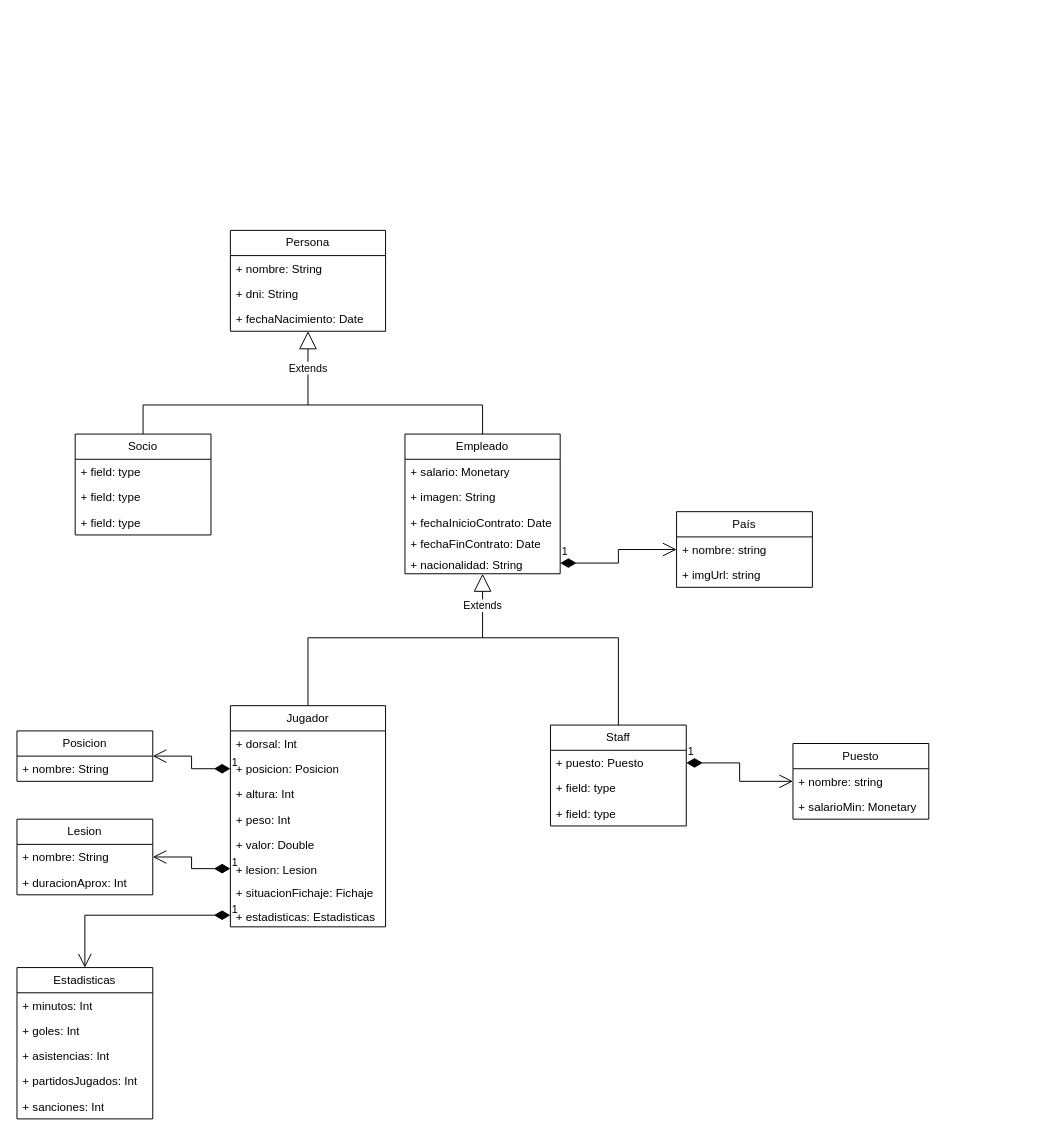
Above: UML-League.drawio in Arrcturus/laliga-odoo (draw.io), before the change. Source tidied: cells renumbered, new cells numbered last; positions are measured from the earlier drawing's top-left corner, leaving out a move shared by most shapes. Both pictures are drawn from the tidied source at 97%, with x=0, y=0 at pixel (16, 230).
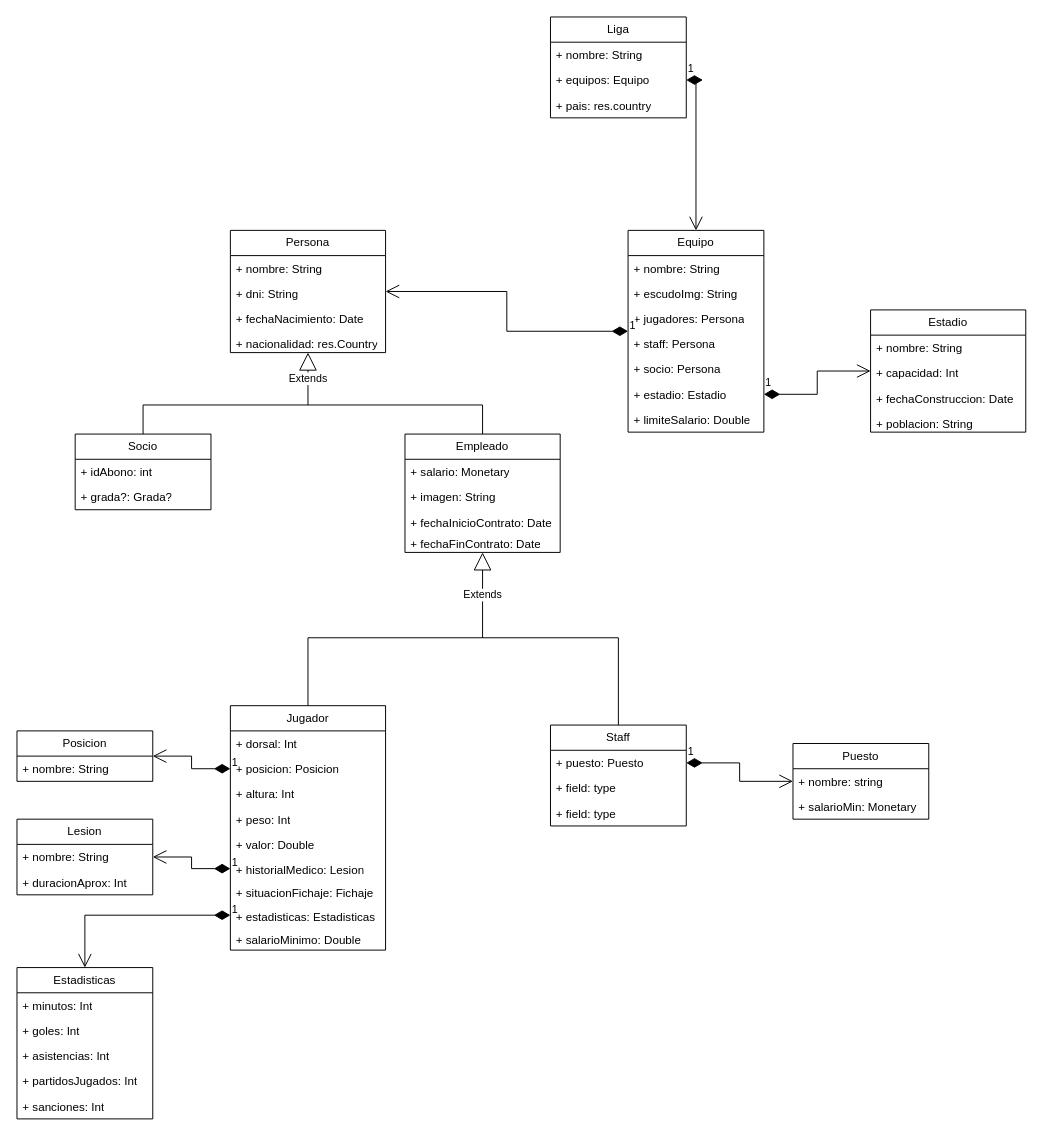
Above is the later version.

Commit message:
UML-League v0.2.drawio

Change to the diagram source:
```diff
@@
     <mxCell id="2" value="Persona" style="swimlane;fontStyle=0;horizontal=1;startSize=26;fillColor=none;whiteSpace=wrap;html=1;" parent="1" vertex="1">
-      <mxGeometry x="220" width="160" height="104" as="geometry" />
+      <mxGeometry x="220" width="160" height="126" as="geometry" />
     </mxCell>
@@
+    <mxCell id="59" value="+ nacionalidad: res.Country" style="text;strokeColor=none;fillColor=none;align=left;verticalAlign=top;spacingLeft=4;spacingRight=4;overflow=hidden;whiteSpace=wrap;html=1;" parent="2" vertex="1">
+      <mxGeometry y="104" width="160" height="22" as="geometry" />
+    </mxCell>
@@
     <mxCell id="7" value="Empleado" style="swimlane;fontStyle=0;horizontal=1;startSize=26;fillColor=none;whiteSpace=wrap;html=1;" parent="1" vertex="1">
-      <mxGeometry x="400" y="210" width="160" height="144" as="geometry" />
+      <mxGeometry x="400" y="210" width="160" height="122" as="geometry" />
     </mxCell>
@@
-    <mxCell id="12" value="+ nacionalidad: String" style="text;strokeColor=none;fillColor=none;align=left;verticalAlign=top;spacingLeft=4;spacingRight=4;overflow=hidden;points=[[0,0.5],[1,0.5]];portConstraint=eastwest;whiteSpace=wrap;html=1;" parent="7" vertex="1">
-      <mxGeometry y="122" width="160" height="22" as="geometry" />
-    </mxCell>
     <mxCell id="13" value="Socio" style="swimlane;fontStyle=0;horizontal=1;startSize=26;fillColor=none;whiteSpace=wrap;html=1;" parent="1" vertex="1">
-      <mxGeometry x="60" y="210" width="140" height="104" as="geometry" />
+      <mxGeometry x="60" y="210" width="140" height="78" as="geometry" />
     </mxCell>
-    <mxCell id="14" value="+ field: type" style="text;strokeColor=none;fillColor=none;align=left;verticalAlign=top;spacingLeft=4;spacingRight=4;overflow=hidden;whiteSpace=wrap;html=1;" parent="13" vertex="1">
+    <mxCell id="14" value="+ idAbono: int" style="text;strokeColor=none;fillColor=none;align=left;verticalAlign=top;spacingLeft=4;spacingRight=4;overflow=hidden;whiteSpace=wrap;html=1;" parent="13" vertex="1">
       <mxGeometry y="26" width="140" height="26" as="geometry" />
     </mxCell>
-    <mxCell id="15" value="+ field: type" style="text;strokeColor=none;fillColor=none;align=left;verticalAlign=top;spacingLeft=4;spacingRight=4;overflow=hidden;whiteSpace=wrap;html=1;" parent="13" vertex="1">
-      <mxGeometry y="52" width="140" height="26" as="geometry" />
-    </mxCell>
-    <mxCell id="16" value="+ field: type" style="text;strokeColor=none;fillColor=none;align=left;verticalAlign=top;spacingLeft=4;spacingRight=4;overflow=hidden;whiteSpace=wrap;html=1;" parent="13" vertex="1">
-      <mxGeometry y="78" width="140" height="26" as="geometry" />
+    <mxCell id="16" value="+ grada?: Grada?" style="text;strokeColor=none;fillColor=none;align=left;verticalAlign=top;spacingLeft=4;spacingRight=4;overflow=hidden;whiteSpace=wrap;html=1;" parent="13" vertex="1">
+      <mxGeometry y="52" width="140" height="26" as="geometry" />
     </mxCell>
@@
     <mxCell id="24" value="Jugador" style="swimlane;fontStyle=0;horizontal=1;startSize=26;fillColor=none;whiteSpace=wrap;html=1;" parent="1" vertex="1">
-      <mxGeometry x="220" y="490" width="160" height="228" as="geometry" />
+      <mxGeometry x="220" y="490" width="160" height="252" as="geometry" />
     </mxCell>
@@
-    <mxCell id="30" value="+ lesion: Lesion" style="text;strokeColor=none;fillColor=none;align=left;verticalAlign=top;spacingLeft=4;spacingRight=4;overflow=hidden;points=[[0,0.5],[1,0.5]];portConstraint=eastwest;whiteSpace=wrap;html=1;" parent="24" vertex="1">
+    <mxCell id="30" value="+ historialMedico: Lesion" style="text;strokeColor=none;fillColor=none;align=left;verticalAlign=top;spacingLeft=4;spacingRight=4;overflow=hidden;points=[[0,0.5],[1,0.5]];portConstraint=eastwest;whiteSpace=wrap;html=1;" parent="24" vertex="1">
       <mxGeometry y="156" width="160" height="24" as="geometry" />
     </mxCell>
@@
+    <mxCell id="60" value="+ salarioMinimo: Double" style="text;strokeColor=none;fillColor=none;align=left;verticalAlign=top;spacingLeft=4;spacingRight=4;overflow=hidden;whiteSpace=wrap;html=1;" parent="24" vertex="1">
+      <mxGeometry y="228" width="160" height="24" as="geometry" />
+    </mxCell>
@@
-    <mxCell id="43" value="País" style="swimlane;fontStyle=0;horizontal=1;startSize=26;fillColor=none;whiteSpace=wrap;html=1;" parent="1" vertex="1">
-      <mxGeometry x="680" y="290" width="140" height="78" as="geometry" />
-    </mxCell>
-    <mxCell id="44" value="+ nombre: string" style="text;strokeColor=none;fillColor=none;align=left;verticalAlign=top;spacingLeft=4;spacingRight=4;overflow=hidden;whiteSpace=wrap;html=1;" parent="43" vertex="1">
-      <mxGeometry y="26" width="140" height="26" as="geometry" />
-    </mxCell>
-    <mxCell id="45" value="+ imgUrl: string" style="text;strokeColor=none;fillColor=none;align=left;verticalAlign=top;spacingLeft=4;spacingRight=4;overflow=hidden;whiteSpace=wrap;html=1;" parent="43" vertex="1">
-      <mxGeometry y="52" width="140" height="26" as="geometry" />
-    </mxCell>
@@
-    <mxCell id="50" value="1" style="endArrow=open;html=1;endSize=12;startArrow=diamondThin;startSize=14;startFill=1;edgeStyle=orthogonalEdgeStyle;align=left;verticalAlign=bottom;rounded=0;" parent="1" edge="1" source="12" target="43">
-      <mxGeometry x="-1" y="3" relative="1" as="geometry" />
-    </mxCell>
@@
+    <mxCell id="61" value="Equipo" style="swimlane;fontStyle=0;horizontal=1;startSize=26;fillColor=none;whiteSpace=wrap;html=1;" parent="1" vertex="1">
+      <mxGeometry x="630" width="140" height="208" as="geometry" />
+    </mxCell>
+    <mxCell id="62" value="+ nombre: String" style="text;strokeColor=none;fillColor=none;align=left;verticalAlign=top;spacingLeft=4;spacingRight=4;overflow=hidden;whiteSpace=wrap;html=1;" parent="61" vertex="1">
+      <mxGeometry y="26" width="140" height="26" as="geometry" />
+    </mxCell>
+    <mxCell id="63" value="+ escudoImg: String" style="text;strokeColor=none;fillColor=none;align=left;verticalAlign=top;spacingLeft=4;spacingRight=4;overflow=hidden;whiteSpace=wrap;html=1;" parent="61" vertex="1">
+      <mxGeometry y="52" width="140" height="26" as="geometry" />
+    </mxCell>
+    <mxCell id="64" value="+ jugadores: Persona" style="text;strokeColor=none;fillColor=none;align=left;verticalAlign=top;spacingLeft=4;spacingRight=4;overflow=hidden;whiteSpace=wrap;html=1;" parent="61" vertex="1">
+      <mxGeometry y="78" width="140" height="26" as="geometry" />
+    </mxCell>
+    <mxCell id="65" value="+ staff: Persona" style="text;strokeColor=none;fillColor=none;align=left;verticalAlign=top;spacingLeft=4;spacingRight=4;overflow=hidden;whiteSpace=wrap;html=1;" parent="61" vertex="1">
+      <mxGeometry y="104" width="140" height="26" as="geometry" />
+    </mxCell>
+    <mxCell id="66" value="+ socio: Persona" style="text;strokeColor=none;fillColor=none;align=left;verticalAlign=top;spacingLeft=4;spacingRight=4;overflow=hidden;whiteSpace=wrap;html=1;" parent="61" vertex="1">
+      <mxGeometry y="130" width="140" height="26" as="geometry" />
+    </mxCell>
+    <mxCell id="67" value="+ estadio: Estadio" style="text;strokeColor=none;fillColor=none;align=left;verticalAlign=top;spacingLeft=4;spacingRight=4;overflow=hidden;points=[[0,0.5],[1,0.5]];portConstraint=eastwest;whiteSpace=wrap;html=1;" parent="61" vertex="1">
+      <mxGeometry y="156" width="140" height="26" as="geometry" />
+    </mxCell>
+    <mxCell id="68" value="+ limiteSalario: Double" style="text;strokeColor=none;fillColor=none;align=left;verticalAlign=top;spacingLeft=4;spacingRight=4;overflow=hidden;whiteSpace=wrap;html=1;" parent="61" vertex="1">
+      <mxGeometry y="182" width="140" height="26" as="geometry" />
+    </mxCell>
+    <mxCell id="69" value="Estadio" style="swimlane;fontStyle=0;horizontal=1;startSize=26;fillColor=none;whiteSpace=wrap;html=1;" parent="1" vertex="1">
+      <mxGeometry x="880" y="82" width="160" height="126" as="geometry" />
+    </mxCell>
+    <mxCell id="70" value="+ nombre: String" style="text;strokeColor=none;fillColor=none;align=left;verticalAlign=top;spacingLeft=4;spacingRight=4;overflow=hidden;whiteSpace=wrap;html=1;" parent="69" vertex="1">
+      <mxGeometry y="26" width="160" height="26" as="geometry" />
+    </mxCell>
+    <mxCell id="71" value="+ capacidad: Int" style="text;strokeColor=none;fillColor=none;align=left;verticalAlign=top;spacingLeft=4;spacingRight=4;overflow=hidden;whiteSpace=wrap;html=1;" parent="69" vertex="1">
+      <mxGeometry y="52" width="160" height="26" as="geometry" />
+    </mxCell>
+    <mxCell id="72" value="+ fechaConstruccion: Date" style="text;strokeColor=none;fillColor=none;align=left;verticalAlign=top;spacingLeft=4;spacingRight=4;overflow=hidden;whiteSpace=wrap;html=1;" parent="69" vertex="1">
+      <mxGeometry y="78" width="160" height="26" as="geometry" />
+    </mxCell>
+    <mxCell id="73" value="+ poblacion: String" style="text;strokeColor=none;fillColor=none;align=left;verticalAlign=top;spacingLeft=4;spacingRight=4;overflow=hidden;whiteSpace=wrap;html=1;" parent="69" vertex="1">
+      <mxGeometry y="104" width="160" height="22" as="geometry" />
+    </mxCell>
+    <mxCell id="74" value="1" style="endArrow=open;html=1;endSize=12;startArrow=diamondThin;startSize=14;startFill=1;edgeStyle=orthogonalEdgeStyle;align=left;verticalAlign=bottom;rounded=0;" parent="1" edge="1" source="67" target="69">
+      <mxGeometry x="-1" y="3" relative="1" as="geometry" />
+    </mxCell>
+    <mxCell id="75" value="Liga" style="swimlane;fontStyle=0;horizontal=1;startSize=26;fillColor=none;whiteSpace=wrap;html=1;" parent="1" vertex="1">
+      <mxGeometry x="550" y="-220" width="140" height="104" as="geometry" />
+    </mxCell>
+    <mxCell id="76" value="+ nombre: String" style="text;strokeColor=none;fillColor=none;align=left;verticalAlign=top;spacingLeft=4;spacingRight=4;overflow=hidden;whiteSpace=wrap;html=1;" parent="75" vertex="1">
+      <mxGeometry y="26" width="140" height="26" as="geometry" />
+    </mxCell>
+    <mxCell id="77" value="+ equipos: Equipo" style="text;strokeColor=none;fillColor=none;align=left;verticalAlign=top;spacingLeft=4;spacingRight=4;overflow=hidden;points=[[0,0.5],[1,0.5]];portConstraint=eastwest;whiteSpace=wrap;html=1;" parent="75" vertex="1">
+      <mxGeometry y="52" width="140" height="26" as="geometry" />
+    </mxCell>
+    <mxCell id="78" value="+ pais: res.country" style="text;strokeColor=none;fillColor=none;align=left;verticalAlign=top;spacingLeft=4;spacingRight=4;overflow=hidden;whiteSpace=wrap;html=1;" parent="75" vertex="1">
+      <mxGeometry y="78" width="140" height="26" as="geometry" />
+    </mxCell>
+    <mxCell id="79" value="1" style="endArrow=open;html=1;endSize=12;startArrow=diamondThin;startSize=14;startFill=1;edgeStyle=orthogonalEdgeStyle;align=left;verticalAlign=bottom;rounded=0;" parent="1" edge="1" source="77" target="61">
+      <mxGeometry x="-1" y="3" relative="1" as="geometry" />
+    </mxCell>
+    <mxCell id="80" value="1" style="endArrow=open;html=1;endSize=12;startArrow=diamondThin;startSize=14;startFill=1;edgeStyle=orthogonalEdgeStyle;align=left;verticalAlign=bottom;rounded=0;" parent="1" edge="1" source="61" target="2">
+      <mxGeometry x="-1" y="3" relative="1" as="geometry" />
+    </mxCell>
```
